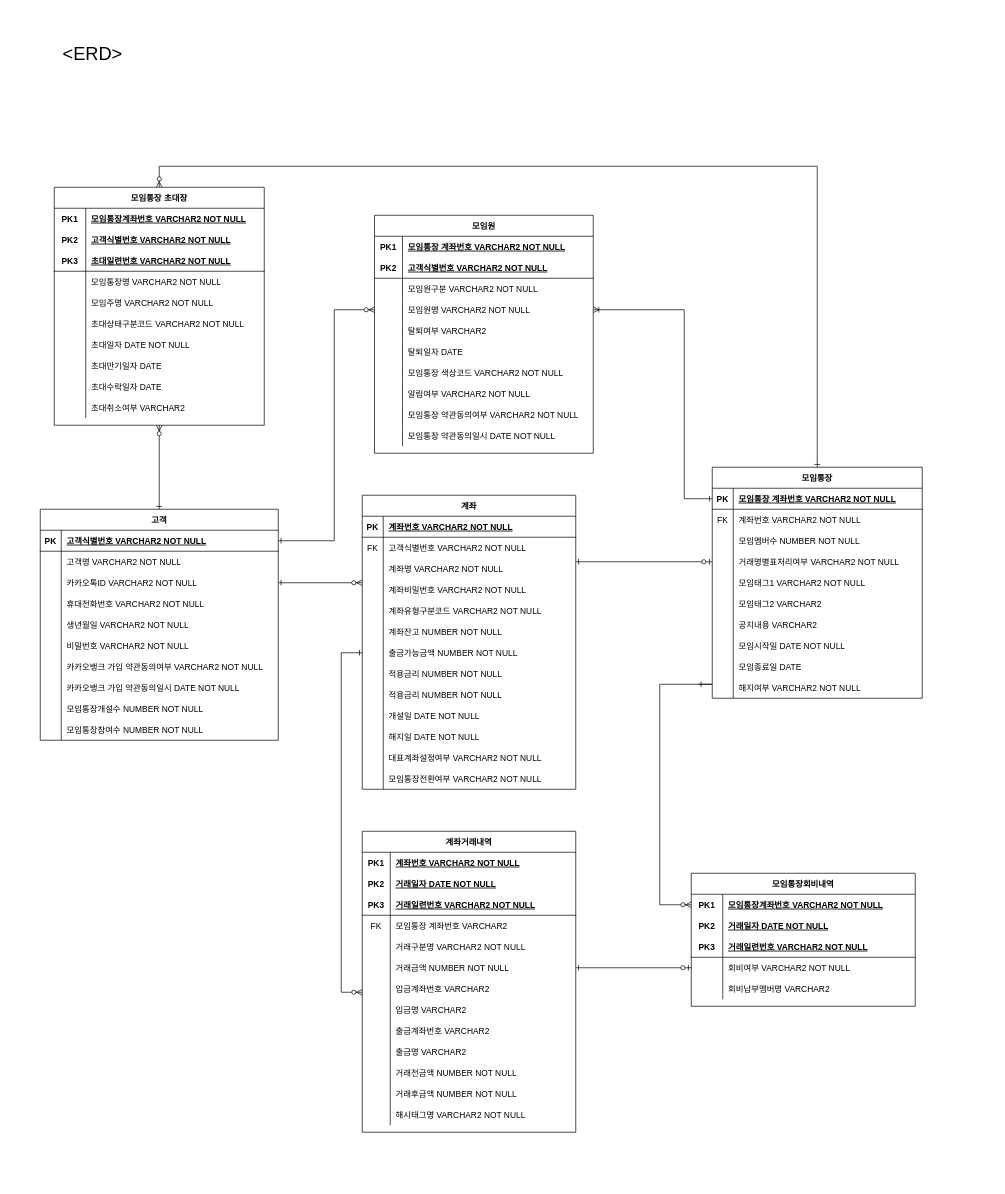
jeondele/ys_present keeps this draw.io diagram as ERD.drawio. Above is the earlier version. Source tidied: cells renumbered, new cells numbered last; positions are measured from the earlier drawing's top-left corner, leaving out a move shared by most shapes. Both pictures are drawn from the tidied source at 70%, with x=0, y=0 at pixel (12, 47).
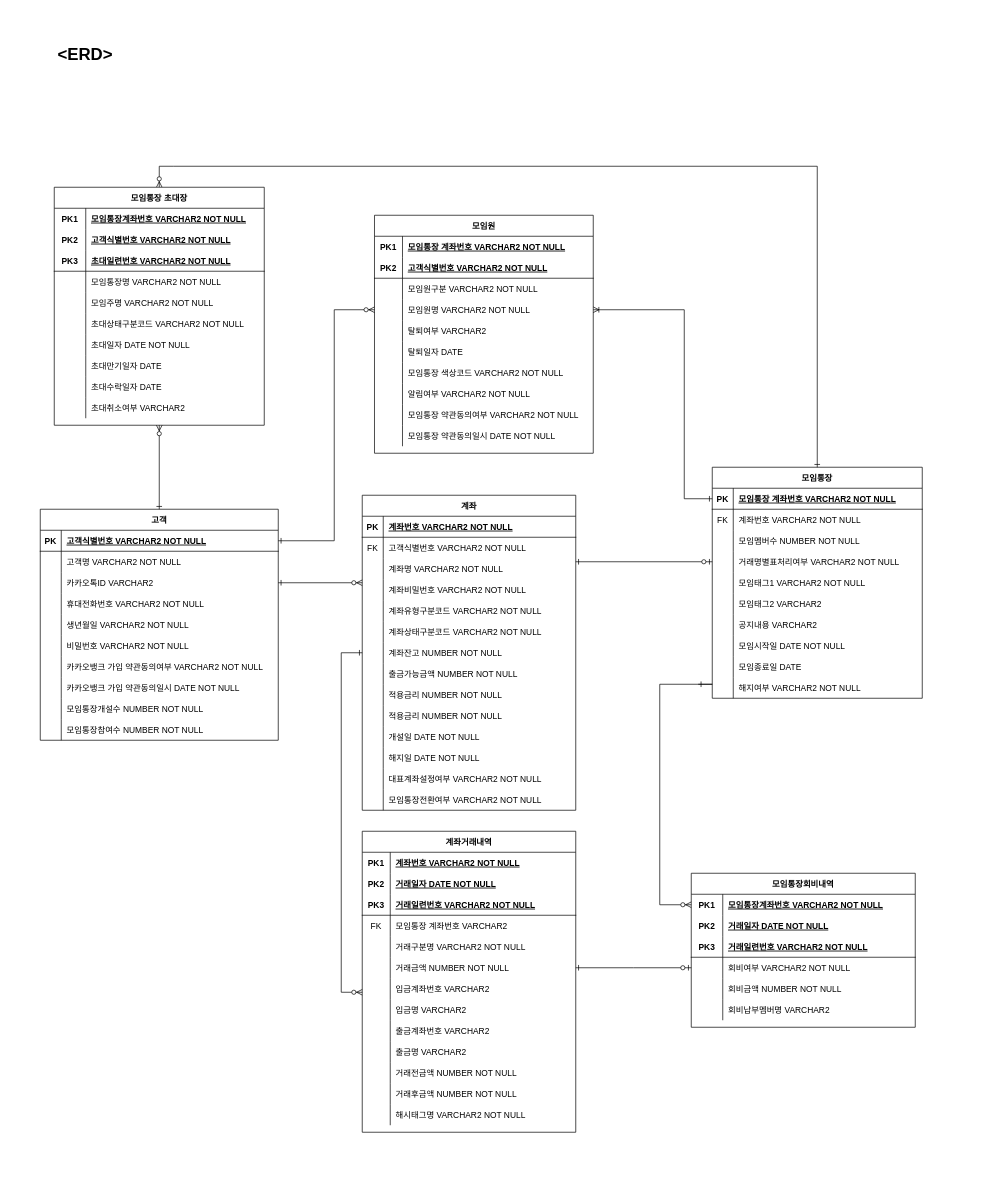
The same page after the edit.

Unchanged cells that the change refers to:
```xml
<mxCell id="82" style="shape=partialRectangle;fillColor=none;points=[[0,0.5],[1,0.5]];portConstraint=eastwest;top=0;left=0;right=0;bottom=0;" parent="75" vertex="1">
  <mxGeometry y="90" width="340" height="30" as="geometry" />
</mxCell>
```

What changed in the source:
```diff
@@
     <mxCell id="4" value="계좌" style="shape=table;startSize=30;childLayout=tableLayout;rowLines=0;fontStyle=1;align=center;" parent="1" vertex="1">
-      <mxGeometry x="500" y="640" width="305" height="420" as="geometry" />
+      <mxGeometry x="500" y="640" width="305" height="450" as="geometry" />
     </mxCell>
@@
+    <mxCell id="234" style="shape=partialRectangle;fillColor=none;top=0;left=0;right=0;bottom=0;" parent="4" vertex="1">
+      <mxGeometry y="180" width="305" height="30" as="geometry" />
+    </mxCell>
+    <mxCell id="235" style="shape=partialRectangle;overflow=hidden;fillColor=none;top=0;left=0;bottom=0;right=0;" parent="234" vertex="1">
+      <mxGeometry width="30" height="30" as="geometry" />
+    </mxCell>
+    <mxCell id="236" value="계좌상태구분코드 VARCHAR2 NOT NULL" style="shape=partialRectangle;overflow=hidden;fillColor=none;top=0;left=0;bottom=0;right=0;align=left;spacingLeft=6;" parent="234" vertex="1">
+      <mxGeometry x="30" width="275" height="30" as="geometry" />
+    </mxCell>
     <mxCell id="20" style="shape=partialRectangle;fillColor=none;top=0;left=0;right=0;bottom=0;" parent="4" vertex="1">
-      <mxGeometry y="180" width="305" height="30" as="geometry" />
+      <mxGeometry y="210" width="305" height="30" as="geometry" />
     </mxCell>
@@
     <mxCell id="23" style="shape=partialRectangle;fillColor=none;top=0;left=0;right=0;bottom=0;" parent="4" vertex="1">
-      <mxGeometry y="210" width="305" height="30" as="geometry" />
+      <mxGeometry y="240" width="305" height="30" as="geometry" />
     </mxCell>
@@
     <mxCell id="26" style="shape=partialRectangle;fillColor=none;top=0;left=0;right=0;bottom=0;" parent="4" vertex="1">
-      <mxGeometry y="240" width="305" height="30" as="geometry" />
+      <mxGeometry y="270" width="305" height="30" as="geometry" />
     </mxCell>
@@
     <mxCell id="29" style="shape=partialRectangle;fillColor=none;top=0;left=0;right=0;bottom=0;" parent="4" vertex="1">
-      <mxGeometry y="270" width="305" height="30" as="geometry" />
+      <mxGeometry y="300" width="305" height="30" as="geometry" />
     </mxCell>
@@
     <mxCell id="32" style="shape=partialRectangle;fillColor=none;top=0;left=0;right=0;bottom=0;" parent="4" vertex="1">
-      <mxGeometry y="300" width="305" height="30" as="geometry" />
+      <mxGeometry y="330" width="305" height="30" as="geometry" />
     </mxCell>
@@
     <mxCell id="35" style="shape=partialRectangle;fillColor=none;top=0;left=0;right=0;bottom=0;" parent="4" vertex="1">
-      <mxGeometry y="330" width="305" height="30" as="geometry" />
+      <mxGeometry y="360" width="305" height="30" as="geometry" />
     </mxCell>
@@
     <mxCell id="38" style="shape=partialRectangle;fillColor=none;top=0;left=0;right=0;bottom=0;" parent="4" vertex="1">
-      <mxGeometry y="360" width="305" height="30" as="geometry" />
+      <mxGeometry y="390" width="305" height="30" as="geometry" />
     </mxCell>
@@
     <mxCell id="41" style="shape=partialRectangle;fillColor=none;top=0;left=0;right=0;bottom=0;" parent="4" vertex="1">
-      <mxGeometry y="390" width="305" height="30" as="geometry" />
+      <mxGeometry y="420" width="305" height="30" as="geometry" />
     </mxCell>
@@
-    <mxCell id="84" value="카카오톡ID VARCHAR2 NOT NULL" style="shape=partialRectangle;overflow=hidden;fillColor=none;top=0;left=0;bottom=0;right=0;align=left;spacingLeft=6;" parent="82" vertex="1">
+    <mxCell id="84" value="카카오톡ID VARCHAR2" style="shape=partialRectangle;overflow=hidden;fillColor=none;top=0;left=0;bottom=0;right=0;align=left;spacingLeft=6;" parent="82" vertex="1">
       <mxGeometry x="30" width="310" height="30" as="geometry" />
     </mxCell>
@@
     <mxCell id="180" value="모임통장회비내역" style="shape=table;startSize=30;childLayout=tableLayout;rowLines=0;fontStyle=1;align=center;" parent="1" vertex="1">
-      <mxGeometry x="970" y="1180" width="320" height="190" as="geometry" />
+      <mxGeometry x="970" y="1180" width="320" height="220" as="geometry" />
     </mxCell>
@@
+    <mxCell id="237" style="shape=partialRectangle;fillColor=none;top=0;left=0;bottom=0;right=0;" parent="180" vertex="1">
+      <mxGeometry y="150" width="320" height="30" as="geometry" />
+    </mxCell>
+    <mxCell id="238" style="shape=partialRectangle;fillColor=none;top=0;left=0;bottom=0;right=0;overflow=hidden;" parent="237" vertex="1">
+      <mxGeometry width="45" height="30" as="geometry" />
+    </mxCell>
+    <mxCell id="239" value="회비금액 NUMBER NOT NULL" style="shape=partialRectangle;fillColor=none;top=0;left=0;bottom=0;right=0;align=left;spacingLeft=6;overflow=hidden;" parent="237" vertex="1">
+      <mxGeometry x="45" width="275" height="30" as="geometry" />
+    </mxCell>
     <mxCell id="193" style="shape=partialRectangle;fillColor=none;top=0;left=0;bottom=0;right=0;" parent="180" vertex="1">
-      <mxGeometry y="150" width="320" height="30" as="geometry" />
+      <mxGeometry y="180" width="320" height="30" as="geometry" />
     </mxCell>
@@
-    <mxCell id="231" value="&lt;font style=&quot;font-size: 26px&quot;&gt;&amp;lt;ERD&amp;gt;&lt;/font&gt;" style="text;html=1;align=center;verticalAlign=middle;whiteSpace=wrap;rounded=0;fontSize=20;" parent="1" vertex="1">
-      <mxGeometry width="230" height="20" as="geometry" />
-    </mxCell>
@@
+    <mxCell id="231" value="&lt;h1&gt;&amp;lt;ERD&amp;gt;&lt;/h1&gt;&lt;p&gt;&lt;br&gt;&lt;/p&gt;" style="text;html=1;strokeColor=none;fillColor=none;spacing=5;spacingTop=-20;whiteSpace=wrap;overflow=hidden;rounded=0;" parent="1" vertex="1">
+      <mxGeometry x="60" y="-10" width="190" height="120" as="geometry" />
+    </mxCell>
+    <mxCell id="240" value="&amp;nbsp; &amp;nbsp; &amp;nbsp;&amp;nbsp;" style="text;html=1;strokeColor=none;fillColor=none;align=center;verticalAlign=middle;whiteSpace=wrap;rounded=0;" parent="1" vertex="1">
+      <mxGeometry x="60" y="-50" width="80" height="40" as="geometry" />
+    </mxCell>
```
